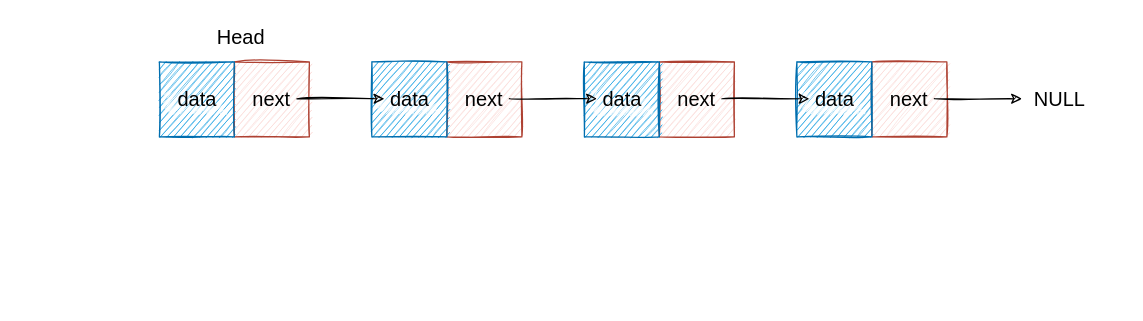
hk27xing/drawBed keeps this draw.io diagram as Untitled Diagram.drawio. Above is the earlier version. Source tidied: cells renumbered, new cells numbered last; positions are measured from the earlier drawing's top-left corner, leaving out a move shared by most shapes. Both pictures are drawn from the tidied source at 125%, with x=0, y=0 at pixel (159, 24).
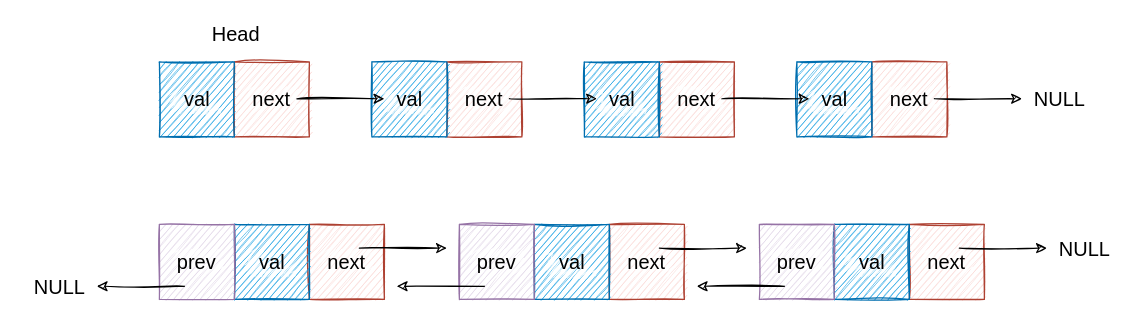
Above is the later version.

What changed in the source:
```diff
@@
-    <mxCell id="4" value="data" style="text;html=1;align=center;verticalAlign=middle;rounded=1;sketch=1;fillStyle=zigzag;fillColor=#ffffff;glass=0;shadow=0;fontStyle=0;fontSize=16;" parent="1" vertex="1">
-      <mxGeometry x="5" y="50" width="50" height="20" as="geometry" />
+    <mxCell id="4" value="val" style="text;html=1;align=center;verticalAlign=middle;rounded=1;sketch=1;fillStyle=zigzag;fillColor=#ffffff;glass=0;shadow=0;fontStyle=0;fontSize=16;" parent="1" vertex="1">
+      <mxGeometry x="10" y="50" width="40" height="20" as="geometry" />
     </mxCell>
-    <mxCell id="5" value="next" style="text;html=1;strokeColor=none;fillColor=none;align=center;verticalAlign=middle;whiteSpace=wrap;rounded=0;shadow=0;glass=0;sketch=1;fontSize=16;" parent="1" vertex="1">
+    <mxCell id="5" value="next" style="text;html=1;strokeColor=none;align=center;verticalAlign=middle;whiteSpace=wrap;rounded=0;shadow=0;glass=0;sketch=1;fontSize=16;fillColor=#ffffff;fillStyle=zigzag;" parent="1" vertex="1">
       <mxGeometry x="70" y="50" width="40" height="20" as="geometry" />
     </mxCell>
@@
-    <mxCell id="8" value="data" style="text;html=1;align=center;verticalAlign=middle;rounded=1;sketch=1;fillStyle=zigzag;fillColor=#ffffff;glass=0;shadow=0;fontStyle=0;fontSize=16;" parent="1" vertex="1">
-      <mxGeometry x="175" y="50" width="50" height="20" as="geometry" />
+    <mxCell id="8" value="val" style="text;html=1;align=center;verticalAlign=middle;rounded=1;sketch=1;fillStyle=zigzag;fillColor=#ffffff;glass=0;shadow=0;fontStyle=0;fontSize=16;" parent="1" vertex="1">
+      <mxGeometry x="180" y="50" width="40" height="20" as="geometry" />
     </mxCell>
-    <mxCell id="9" value="next" style="text;html=1;strokeColor=none;fillColor=none;align=center;verticalAlign=middle;whiteSpace=wrap;rounded=0;shadow=0;glass=0;sketch=1;fontSize=16;" parent="1" vertex="1">
+    <mxCell id="9" value="next" style="text;html=1;strokeColor=none;align=center;verticalAlign=middle;whiteSpace=wrap;rounded=0;shadow=0;glass=0;sketch=1;fontSize=16;fillColor=#ffffff;fillStyle=zigzag;" parent="1" vertex="1">
       <mxGeometry x="240" y="50" width="40" height="20" as="geometry" />
     </mxCell>
@@
-    <mxCell id="12" value="data" style="text;html=1;align=center;verticalAlign=middle;rounded=1;sketch=1;fillStyle=zigzag;fillColor=#ffffff;glass=0;shadow=0;fontStyle=0;fontSize=16;" parent="1" vertex="1">
-      <mxGeometry x="345" y="50" width="50" height="20" as="geometry" />
+    <mxCell id="12" value="val" style="text;html=1;align=center;verticalAlign=middle;rounded=1;sketch=1;fillStyle=zigzag;fillColor=#ffffff;glass=0;shadow=0;fontStyle=0;fontSize=16;" parent="1" vertex="1">
+      <mxGeometry x="350" y="50" width="40" height="20" as="geometry" />
     </mxCell>
-    <mxCell id="13" value="next" style="text;html=1;strokeColor=none;fillColor=none;align=center;verticalAlign=middle;whiteSpace=wrap;rounded=0;shadow=0;glass=0;sketch=1;fontSize=16;" parent="1" vertex="1">
+    <mxCell id="13" value="next" style="text;html=1;strokeColor=none;align=center;verticalAlign=middle;whiteSpace=wrap;rounded=0;shadow=0;glass=0;sketch=1;fontSize=16;fillColor=#ffffff;fillStyle=zigzag;" parent="1" vertex="1">
       <mxGeometry x="410" y="50" width="40" height="20" as="geometry" />
     </mxCell>
@@
-    <mxCell id="16" value="data" style="text;html=1;align=center;verticalAlign=middle;rounded=1;sketch=1;fillStyle=zigzag;fillColor=#ffffff;glass=0;shadow=0;fontStyle=0;fontSize=16;" parent="1" vertex="1">
-      <mxGeometry x="515" y="50" width="50" height="20" as="geometry" />
+    <mxCell id="16" value="val" style="text;html=1;align=center;verticalAlign=middle;rounded=1;sketch=1;fillStyle=zigzag;fillColor=#ffffff;glass=0;shadow=0;fontStyle=0;fontSize=16;" parent="1" vertex="1">
+      <mxGeometry x="520" y="50" width="40" height="20" as="geometry" />
     </mxCell>
-    <mxCell id="17" value="next" style="text;html=1;strokeColor=none;fillColor=none;align=center;verticalAlign=middle;whiteSpace=wrap;rounded=0;shadow=0;glass=0;sketch=1;fontSize=16;" parent="1" vertex="1">
+    <mxCell id="17" value="next" style="text;html=1;strokeColor=none;align=center;verticalAlign=middle;whiteSpace=wrap;rounded=0;shadow=0;glass=0;sketch=1;fontSize=16;fillColor=#ffffff;fillStyle=zigzag;" parent="1" vertex="1">
       <mxGeometry x="580" y="50" width="40" height="20" as="geometry" />
     </mxCell>
@@
-    <mxCell id="23" value="Head" style="text;html=1;align=center;verticalAlign=middle;fontSize=16;sketch=0;rounded=0;fillStyle=zigzag;" parent="1" vertex="1">
-      <mxGeometry x="40" width="50" height="20" as="geometry" />
+    <mxCell id="23" value="Head" style="text;html=1;align=center;verticalAlign=middle;fontSize=16;sketch=1;rounded=0;fillColor=#ffffff;" parent="1" vertex="1">
+      <mxGeometry x="36" y="-2" width="50" height="20" as="geometry" />
     </mxCell>
+    <mxCell id="24" style="rounded=0;whiteSpace=wrap;html=1;shadow=0;glass=0;sketch=1;strokeColor=#ae4132;fillColor=#fad9d5;" parent="1" vertex="1">
+      <mxGeometry x="120" y="160" width="60" height="60" as="geometry" />
+    </mxCell>
+    <mxCell id="25" style="rounded=0;whiteSpace=wrap;html=1;shadow=0;glass=0;sketch=1;fillColor=#1ba1e2;strokeColor=#006EAF;fontColor=#ffffff;" parent="1" vertex="1">
+      <mxGeometry x="60" y="160" width="60" height="60" as="geometry" />
+    </mxCell>
+    <mxCell id="26" value="val" style="text;html=1;align=center;verticalAlign=middle;rounded=1;sketch=1;fillStyle=zigzag;fillColor=#ffffff;glass=0;shadow=0;fontStyle=0;fontSize=16;" parent="1" vertex="1">
+      <mxGeometry x="70" y="180" width="40" height="20" as="geometry" />
+    </mxCell>
+    <mxCell id="27" value="next" style="text;html=1;strokeColor=none;align=center;verticalAlign=middle;whiteSpace=wrap;rounded=0;shadow=0;glass=0;sketch=1;fontSize=16;fillColor=#ffffff;fillStyle=zigzag;" parent="1" vertex="1">
+      <mxGeometry x="130" y="180" width="40" height="20" as="geometry" />
+    </mxCell>
+    <mxCell id="28" style="rounded=0;whiteSpace=wrap;html=1;sketch=1;fillColor=#e1d5e7;strokeColor=#9673a6;" parent="1" vertex="1">
+      <mxGeometry y="160" width="60" height="60" as="geometry" />
+    </mxCell>
+    <mxCell id="29" value="prev" style="text;html=1;strokeColor=none;align=center;verticalAlign=middle;whiteSpace=wrap;rounded=0;shadow=0;glass=0;sketch=1;fontSize=16;fillColor=#ffffff;fillStyle=zigzag;" parent="1" vertex="1">
+      <mxGeometry x="10" y="180" width="40" height="20" as="geometry" />
+    </mxCell>
+    <mxCell id="30" style="rounded=0;whiteSpace=wrap;html=1;shadow=0;glass=0;sketch=1;strokeColor=#ae4132;fillColor=#fad9d5;" parent="1" vertex="1">
+      <mxGeometry x="360" y="160" width="60" height="60" as="geometry" />
+    </mxCell>
+    <mxCell id="31" style="rounded=0;whiteSpace=wrap;html=1;shadow=0;glass=0;sketch=1;fillColor=#1ba1e2;strokeColor=#006EAF;fontColor=#ffffff;" parent="1" vertex="1">
+      <mxGeometry x="300" y="160" width="60" height="60" as="geometry" />
+    </mxCell>
+    <mxCell id="32" value="val" style="text;html=1;align=center;verticalAlign=middle;rounded=1;sketch=1;fillStyle=zigzag;fillColor=#ffffff;glass=0;shadow=0;fontStyle=0;fontSize=16;" parent="1" vertex="1">
+      <mxGeometry x="310" y="180" width="40" height="20" as="geometry" />
+    </mxCell>
+    <mxCell id="33" value="next" style="text;html=1;strokeColor=none;align=center;verticalAlign=middle;whiteSpace=wrap;rounded=0;shadow=0;glass=0;sketch=1;fontSize=16;fillColor=#ffffff;fillStyle=zigzag;" parent="1" vertex="1">
+      <mxGeometry x="370" y="180" width="40" height="20" as="geometry" />
+    </mxCell>
+    <mxCell id="34" style="rounded=0;whiteSpace=wrap;html=1;sketch=1;fillColor=#e1d5e7;strokeColor=#9673a6;" parent="1" vertex="1">
+      <mxGeometry x="240" y="160" width="60" height="60" as="geometry" />
+    </mxCell>
+    <mxCell id="35" value="prev" style="text;html=1;strokeColor=none;align=center;verticalAlign=middle;whiteSpace=wrap;rounded=0;shadow=0;glass=0;sketch=1;fontSize=16;fillColor=#ffffff;fillStyle=zigzag;" parent="1" vertex="1">
+      <mxGeometry x="250" y="180" width="40" height="20" as="geometry" />
+    </mxCell>
+    <mxCell id="36" style="rounded=0;whiteSpace=wrap;html=1;shadow=0;glass=0;sketch=1;strokeColor=#ae4132;fillColor=#fad9d5;" parent="1" vertex="1">
+      <mxGeometry x="600" y="160" width="60" height="60" as="geometry" />
+    </mxCell>
+    <mxCell id="37" style="rounded=0;whiteSpace=wrap;html=1;shadow=0;glass=0;sketch=1;fillColor=#1ba1e2;strokeColor=#006EAF;fontColor=#ffffff;" parent="1" vertex="1">
+      <mxGeometry x="540" y="160" width="60" height="60" as="geometry" />
+    </mxCell>
+    <mxCell id="38" value="val" style="text;html=1;align=center;verticalAlign=middle;rounded=1;sketch=1;fillStyle=zigzag;fillColor=#ffffff;glass=0;shadow=0;fontStyle=0;fontSize=16;" parent="1" vertex="1">
+      <mxGeometry x="550" y="180" width="40" height="20" as="geometry" />
+    </mxCell>
+    <mxCell id="39" value="next" style="text;html=1;strokeColor=none;align=center;verticalAlign=middle;whiteSpace=wrap;rounded=0;shadow=0;glass=0;sketch=1;fontSize=16;fillColor=#ffffff;fillStyle=zigzag;" parent="1" vertex="1">
+      <mxGeometry x="610" y="180" width="40" height="20" as="geometry" />
+    </mxCell>
+    <mxCell id="40" style="rounded=0;whiteSpace=wrap;html=1;sketch=1;fillColor=#e1d5e7;strokeColor=#9673a6;" parent="1" vertex="1">
+      <mxGeometry x="480" y="160" width="60" height="60" as="geometry" />
+    </mxCell>
+    <mxCell id="41" value="prev" style="text;html=1;strokeColor=none;align=center;verticalAlign=middle;whiteSpace=wrap;rounded=0;shadow=0;glass=0;sketch=1;fontSize=16;fillColor=#ffffff;fillStyle=zigzag;" parent="1" vertex="1">
+      <mxGeometry x="490" y="180" width="40" height="20" as="geometry" />
+    </mxCell>
+    <mxCell id="42" value="NULL" style="text;html=1;align=center;verticalAlign=middle;fontSize=16;" parent="1" vertex="1">
+      <mxGeometry x="-110" y="200" width="60" height="20" as="geometry" />
+    </mxCell>
+    <mxCell id="43" value="NULL" style="text;html=1;align=center;verticalAlign=middle;fontSize=16;" parent="1" vertex="1">
+      <mxGeometry x="710" y="170" width="60" height="20" as="geometry" />
+    </mxCell>
+    <mxCell id="44" style="endArrow=classic;html=1;fontSize=16;sketch=1;" parent="1" edge="1">
+      <mxGeometry relative="1" as="geometry">
+        <mxPoint x="160" y="179" as="sourcePoint" />
+        <mxPoint x="230" y="179" as="targetPoint" />
+      </mxGeometry>
+    </mxCell>
+    <mxCell id="45" style="endArrow=classic;html=1;fontSize=16;sketch=1;" parent="1" edge="1">
+      <mxGeometry relative="1" as="geometry">
+        <mxPoint x="400" y="179" as="sourcePoint" />
+        <mxPoint x="470" y="179" as="targetPoint" />
+      </mxGeometry>
+    </mxCell>
+    <mxCell id="46" style="endArrow=classic;html=1;strokeWidth=1;sketch=1;endSize=6;" parent="1" edge="1">
+      <mxGeometry relative="1" as="geometry">
+        <mxPoint x="260" y="209.5" as="sourcePoint" />
+        <mxPoint x="190" y="209.5" as="targetPoint" />
+      </mxGeometry>
+    </mxCell>
+    <mxCell id="47" style="endArrow=classic;html=1;strokeWidth=1;sketch=1;endSize=6;" parent="1" edge="1">
+      <mxGeometry relative="1" as="geometry">
+        <mxPoint x="500" y="209.5" as="sourcePoint" />
+        <mxPoint x="430" y="209.5" as="targetPoint" />
+      </mxGeometry>
+    </mxCell>
+    <mxCell id="48" style="endArrow=classic;html=1;strokeWidth=1;sketch=1;endSize=6;" parent="1" edge="1">
+      <mxGeometry relative="1" as="geometry">
+        <mxPoint x="20" y="209.5" as="sourcePoint" />
+        <mxPoint x="-50" y="209.5" as="targetPoint" />
+      </mxGeometry>
+    </mxCell>
+    <mxCell id="49" style="endArrow=classic;html=1;fontSize=16;sketch=1;" parent="1" edge="1">
+      <mxGeometry relative="1" as="geometry">
+        <mxPoint x="640" y="179" as="sourcePoint" />
+        <mxPoint x="710" y="179" as="targetPoint" />
+      </mxGeometry>
+    </mxCell>
```
